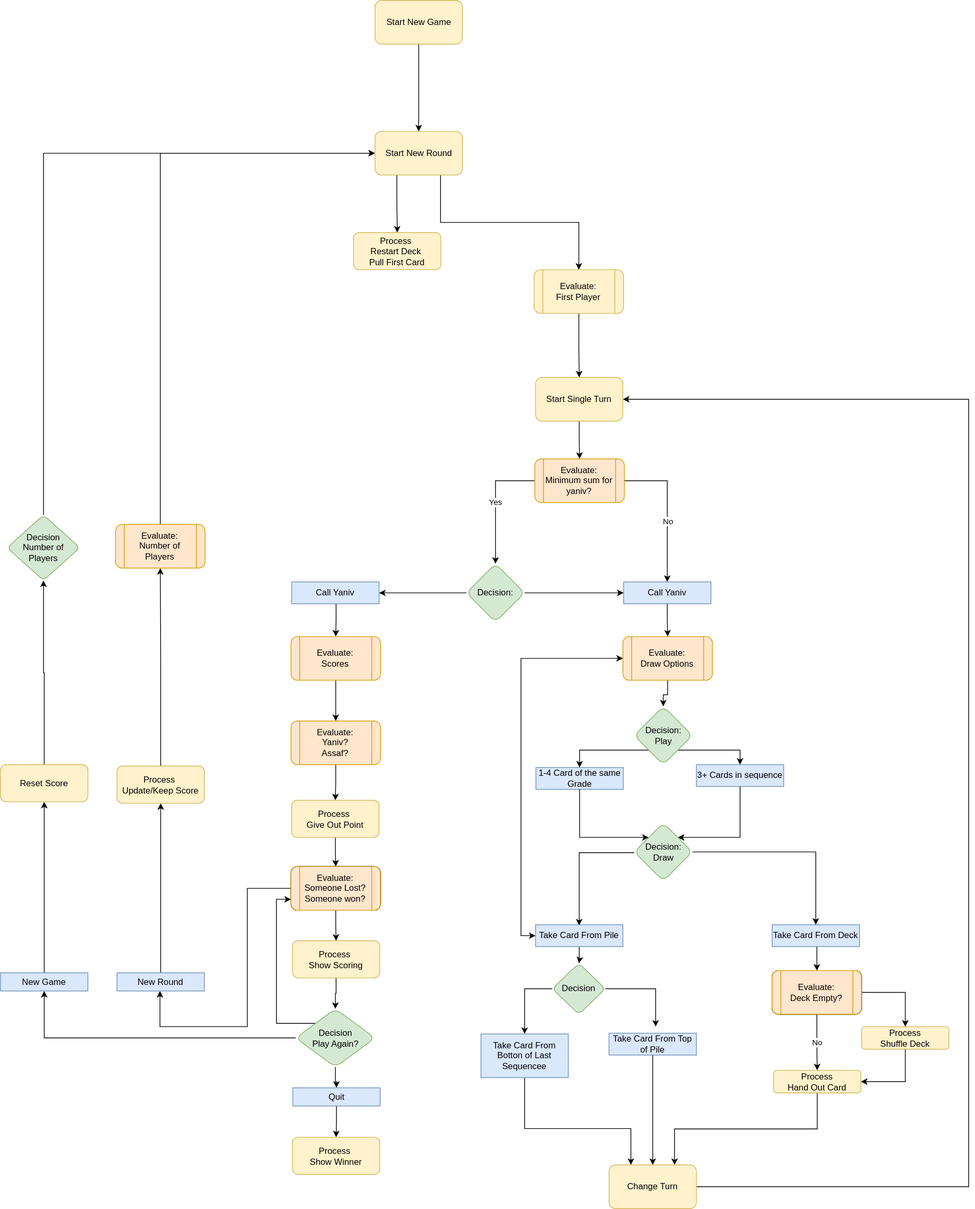
The draw.io diagram Yaniv Game Plan.svg in Inbar-Weinberg/Yaniv, before a commit. Source tidied: cells renumbered, new cells last; positions are measured from the earlier drawing's top-left corner, leaving out a move shared by most shapes.
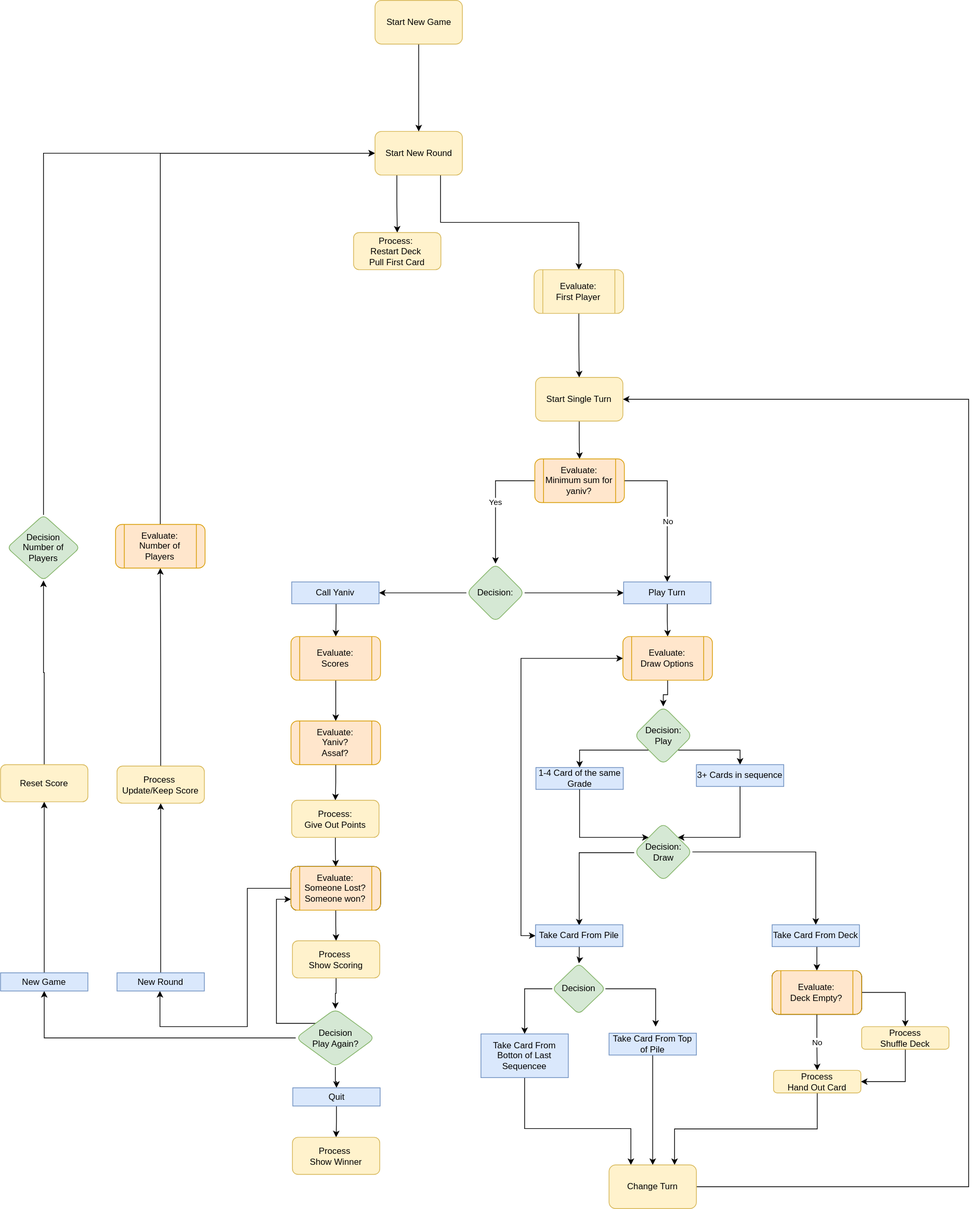
Later version of the same file.

Diff of the diagram source:
```diff
@@ -51,7 +51,7 @@
     <mxCell id="14" style="edgeStyle=orthogonalEdgeStyle;rounded=0;jettySize=auto;html=1;entryX=0.5;entryY=0;entryDx=0;entryDy=0;" parent="1" edge="1" source="15" target="17">
       <mxGeometry relative="1" as="geometry" />
     </mxCell>
-    <mxCell id="15" value="Call Yaniv" style="rounded=0;whiteSpace=wrap;html=1;fillColor=#dae8fc;strokeColor=#6c8ebf;" parent="1" vertex="1">
+    <mxCell id="15" value="Play Turn" style="rounded=0;whiteSpace=wrap;html=1;fillColor=#dae8fc;strokeColor=#6c8ebf;" parent="1" vertex="1">
       <mxGeometry x="856" y="799" width="120" height="30" as="geometry" />
     </mxCell>
     <mxCell id="16" style="edgeStyle=orthogonalEdgeStyle;rounded=0;jettySize=auto;html=1;" parent="1" edge="1" source="17" target="20">
@@ -185,7 +185,7 @@
     <mxCell id="51" style="edgeStyle=orthogonalEdgeStyle;rounded=0;jettySize=auto;html=1;exitX=0.5;exitY=1;exitDx=0;exitDy=0;entryX=0.5;entryY=0;entryDx=0;entryDy=0;startArrow=none;startFill=0;" parent="1" edge="1" source="52" target="56">
       <mxGeometry relative="1" as="geometry" />
     </mxCell>
-    <mxCell id="52" value="Process&amp;nbsp;&lt;br&gt;Give Out Point" style="rounded=1;whiteSpace=wrap;html=1;fillColor=#fff2cc;strokeColor=#d6b656;" parent="1" vertex="1">
+    <mxCell id="52" value="Process:&lt;br&gt;Give Out Points" style="rounded=1;whiteSpace=wrap;html=1;fillColor=#fff2cc;strokeColor=#d6b656;" parent="1" vertex="1">
       <mxGeometry x="400" y="1099" width="120" height="51" as="geometry" />
     </mxCell>
     <mxCell id="53" style="edgeStyle=orthogonalEdgeStyle;rounded=0;jettySize=auto;html=1;exitX=0.5;exitY=1;exitDx=0;exitDy=0;startArrow=none;startFill=0;entryX=0.5;entryY=0;entryDx=0;entryDy=0;" parent="1" edge="1" source="56" target="58">
@@ -299,7 +299,7 @@
     <mxCell id="83" value="Evaluate:&lt;br&gt;First Player" style="shape=process;whiteSpace=wrap;html=1;backgroundOutline=1;rounded=1;fillColor=#fff2cc;strokeColor=#d6b656;" parent="1" vertex="1">
       <mxGeometry x="733" y="370" width="123" height="60" as="geometry" />
     </mxCell>
-    <mxCell id="84" value="Process&amp;nbsp;&lt;br&gt;Restart Deck&amp;nbsp;&lt;br&gt;Pull First Card" style="rounded=1;whiteSpace=wrap;html=1;fillColor=#fff2cc;strokeColor=#d6b656;" parent="1" vertex="1">
+    <mxCell id="84" value="Process:&amp;nbsp;&lt;br&gt;Restart Deck&amp;nbsp;&lt;br&gt;Pull First Card" style="rounded=1;whiteSpace=wrap;html=1;fillColor=#fff2cc;strokeColor=#d6b656;" parent="1" vertex="1">
       <mxGeometry x="485" y="319" width="120" height="51" as="geometry" />
     </mxCell>
     <mxCell id="85" style="edgeStyle=orthogonalEdgeStyle;rounded=0;jumpSize=6;jettySize=auto;html=1;exitX=0.5;exitY=1;exitDx=0;exitDy=0;startArrow=none;startFill=0;" parent="1" edge="1" source="86" target="81">
```
